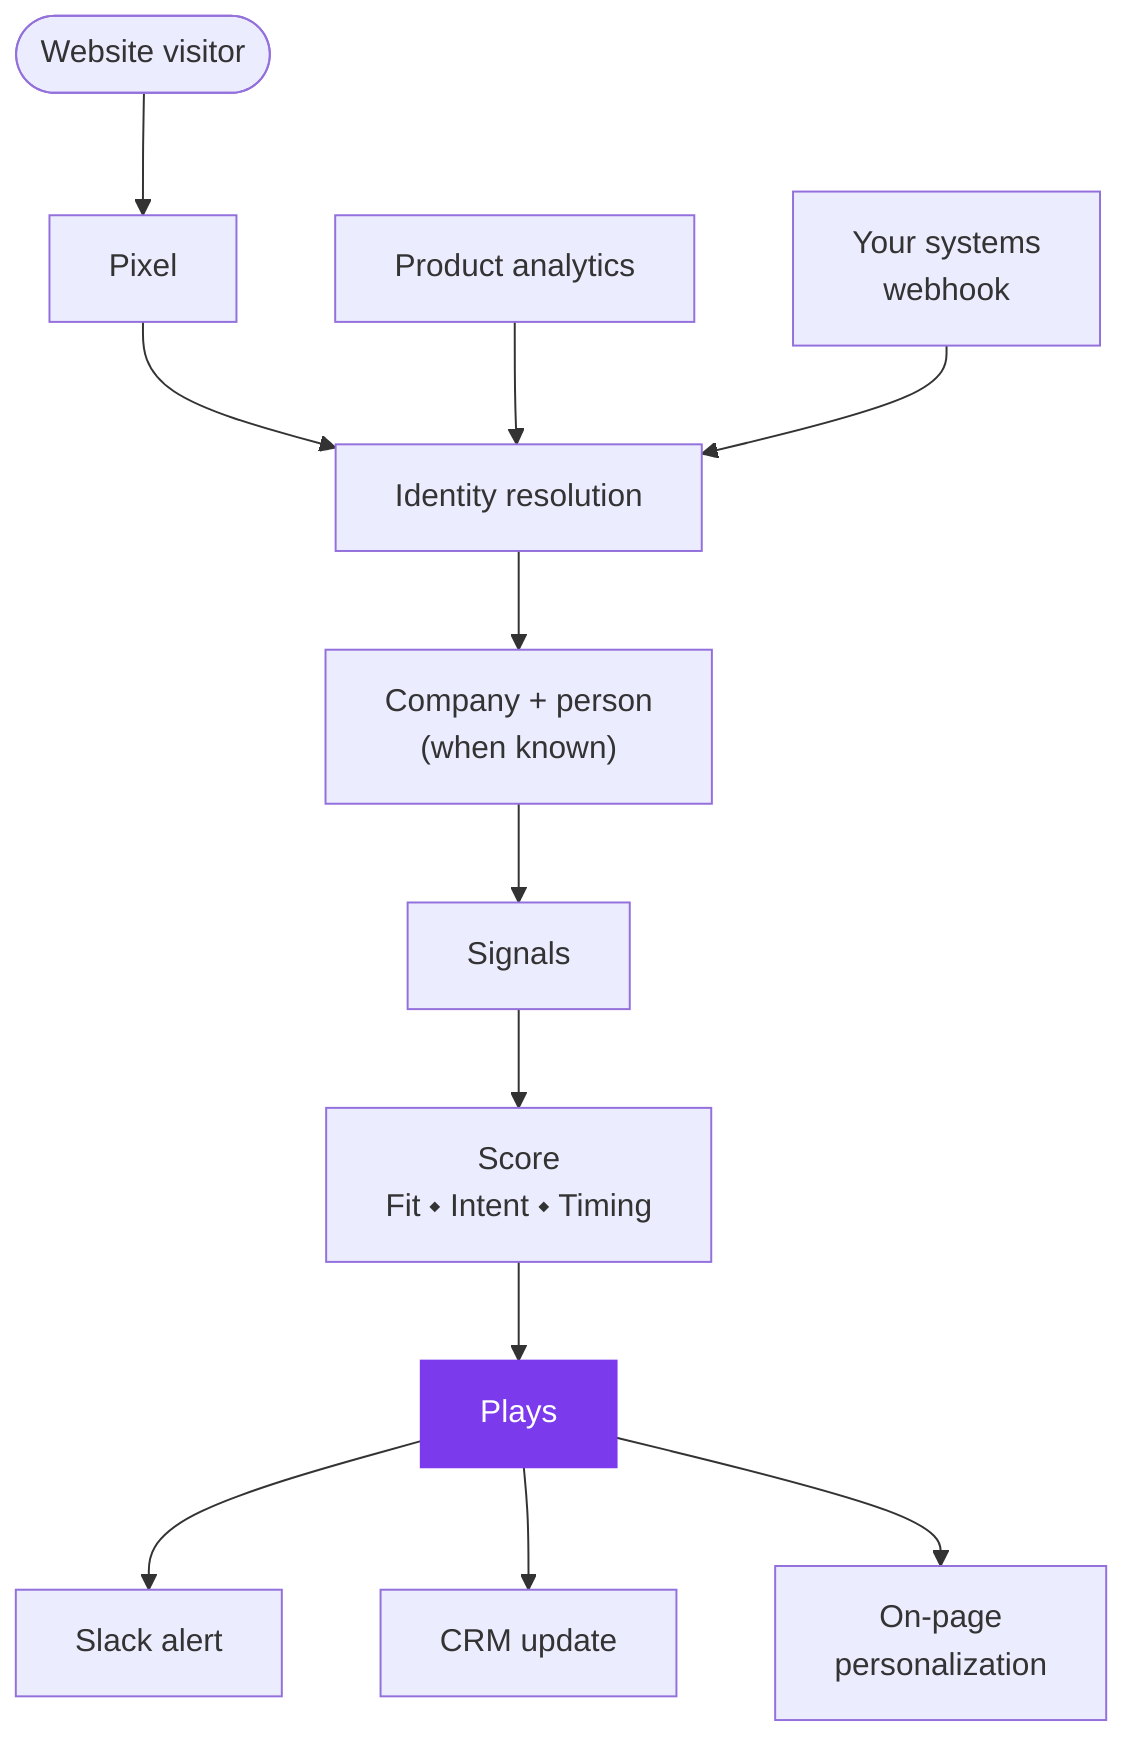
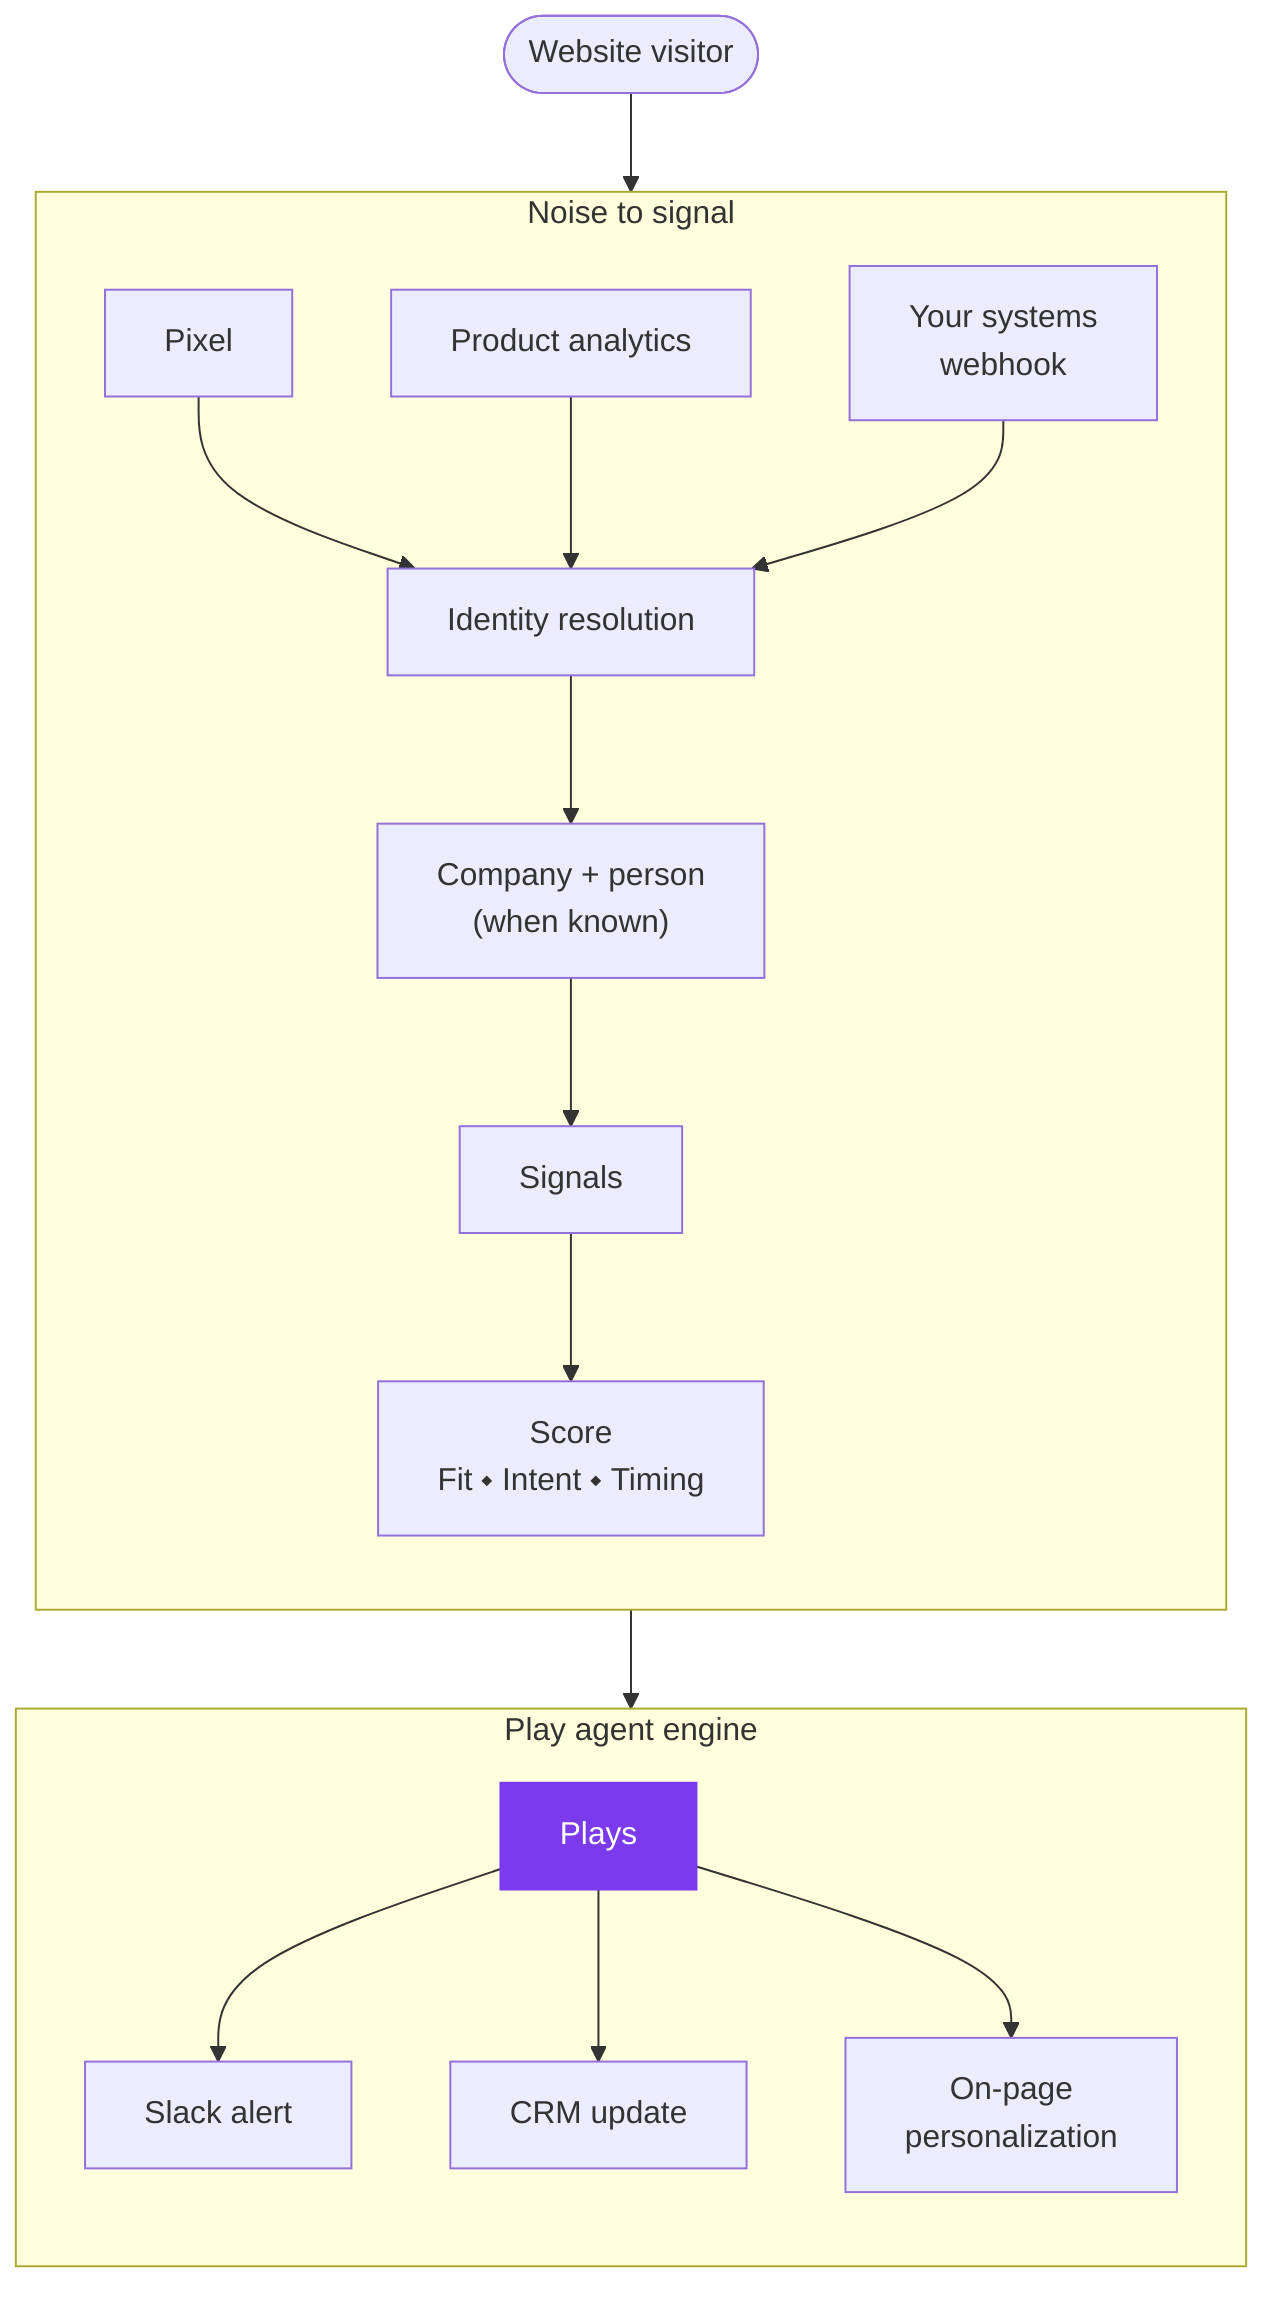
flowchart TB
-     V([Website visitor]) --> P[Pixel]
-     P --> ID[Identity resolution]
-     PH[Product analytics] --> ID
-     WH[Your systems<br/>webhook] --> ID
-     ID --> CO["Company + person<br/>(when known)"]
-     CO --> S[Signals]
-     S --> SC["Score<br/>Fit&nbsp;⬩&nbsp;Intent&nbsp;⬩&nbsp;Timing"]
-     SC --> PL[Plays]:::accent
-     PL --> O1[Slack alert]
-     PL --> O2[CRM update]
-     PL --> O3[On-page<br/>personalization]
+     V([Website visitor]) --> P
+     subgraph NS ["Noise to signal"]
+         direction TB
+         P[Pixel] --> ID[Identity resolution]
+         PH[Product analytics] --> ID
+         WH[Your systems<br/>webhook] --> ID
+         ID --> CO["Company + person<br/>(when known)"]
+         CO --> S[Signals]
+         S --> SC["Score<br/>Fit&nbsp;⬩&nbsp;Intent&nbsp;⬩&nbsp;Timing"]
+     end
+     subgraph PE ["Play agent engine"]
+         direction TB
+         PL[Plays]:::accent --> O1[Slack alert]
+         PL --> O2[CRM update]
+         PL --> O3[On-page<br/>personalization]
+     end
+     SC --> PL
    classDef accent fill:#7C3AED,stroke:#7C3AED,color:#FFFFFF
